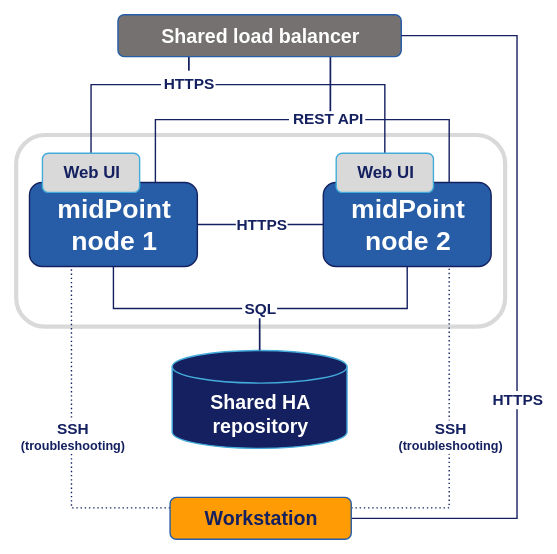
Before: docs/deployment/clustering-ha/midpoint-HA-deployment-schema-two-nodes.svg, a diagram exported from draw.io (Evolveum/midpoint). Source tidied: cells renumbered, new cells last; positions are measured from the earlier drawing's top-left corner, leaving out a move shared by most shapes.
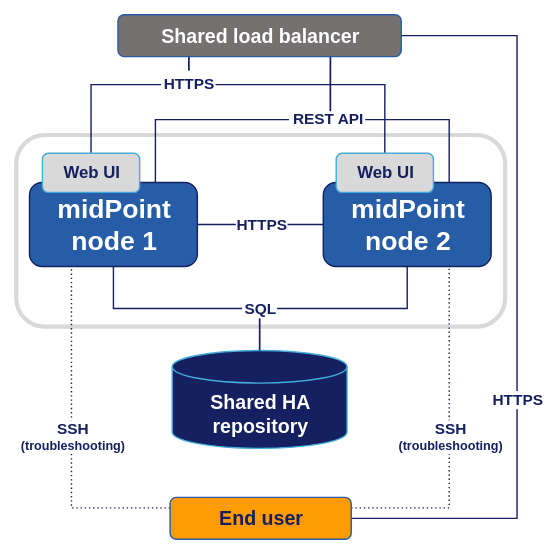
The same file after the commit.

Commit message:
Better wording for clear meaning

What changed in the source:
```diff
@@ -62,7 +62,7 @@
     <mxCell id="16" value="&lt;div&gt;&lt;font style=&quot;font-size: 11px;&quot;&gt;SSH&lt;/font&gt;&lt;/div&gt;&lt;div&gt;(troubleshooting)&lt;/div&gt;" style="edgeStyle=orthogonalEdgeStyle;curved=0;rounded=0;html=1;exitX=0;exitY=0.25;exitDx=0;exitDy=0;entryX=0.25;entryY=1;entryDx=0;entryDy=0;endArrow=none;strokeColor=#14205F;fontStyle=1;fontColor=#14205F;dashed=1;dashPattern=1 2;fontSize=9;endFill=0;startArrow=none;startFill=0;" parent="1" edge="1" source="17" target="3">
       <mxGeometry relative="1" as="geometry" />
     </mxCell>
-    <mxCell id="17" value="Workstation" style="rounded=1;whiteSpace=wrap;html=1;fillColor=light-dark(#FF9B05,#265DA6);fontSize=14;fontStyle=1;fontColor=#14205F;strokeColor=#265DA6;strokeWidth=1;" parent="1" vertex="1">
+    <mxCell id="17" value="End user" style="rounded=1;whiteSpace=wrap;html=1;fillColor=light-dark(#FF9B05,#265DA6);fontSize=14;fontStyle=1;fontColor=#14205F;strokeColor=#265DA6;strokeWidth=1;" parent="1" vertex="1">
       <mxGeometry x="110" y="345" width="129.5" height="30" as="geometry" />
     </mxCell>
     <mxCell id="18" value="Web UI" style="rounded=1;whiteSpace=wrap;html=1;fillColor=light-dark(#D9D9D9,#265DA6);fontSize=12;fontStyle=1;fontColor=#14205F;strokeColor=#44ACDB;strokeWidth=1;" parent="1" vertex="1">
```
